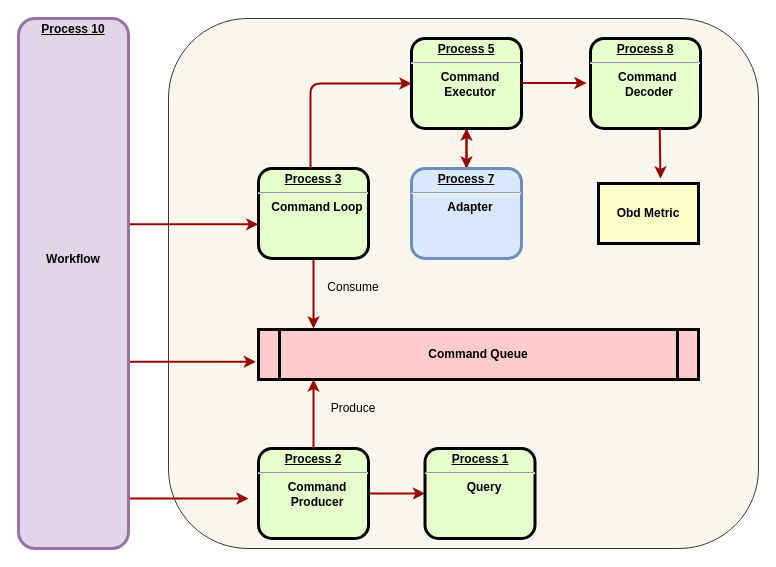
Above: src/main/resources/highlevel.drawio in tzebrowski/ObdMetrics (draw.io), before the change. Source tidied: cells renumbered, new cells numbered last; positions are measured from the earlier drawing's top-left corner, leaving out a move shared by most shapes. Both pictures are drawn from the tidied source at 100%, with x=0, y=0 at pixel (18, 18).
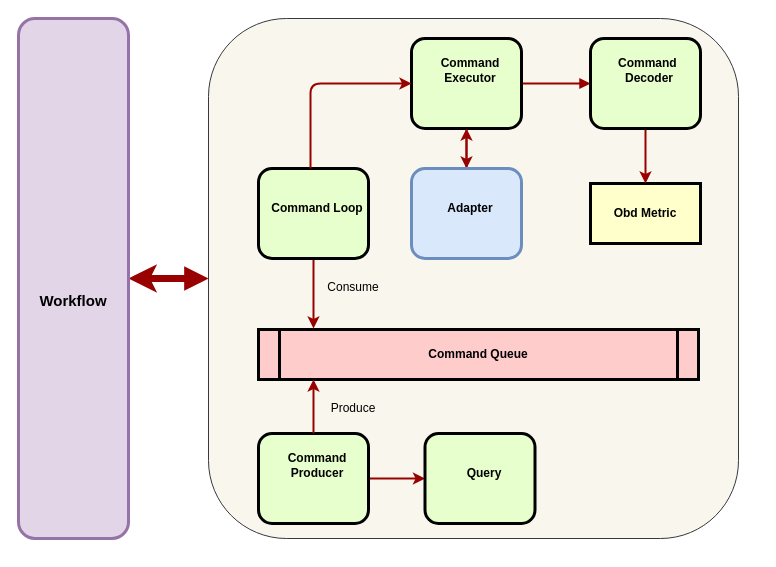
The same diagram, later.

Commit message (it also covers changes not shown here):
Update  the workflow diagram

The change refers to these unchanged cells:
```xml
<mxCell id="4" value="Command Queue" style="shape=process;whiteSpace=wrap;align=center;verticalAlign=middle;size=0.0475;fontStyle=1;strokeWidth=3;fillColor=#FFCCCC;" parent="1" vertex="1">
  <mxGeometry x="240" y="311" width="440" height="50" as="geometry" />
</mxCell>
```

The edit, as a diff of the source:
```diff
@@
     <mxCell id="2" style="rounded=1;whiteSpace=wrap;html=1;align=center;fillColor=#f9f7ed;strokeColor=#36393d;" parent="1" vertex="1">
-      <mxGeometry x="150" width="590" height="530" as="geometry" />
+      <mxGeometry x="190" width="530" height="520" as="geometry" />
     </mxCell>
     <mxCell id="3" value="Obd Metric" style="whiteSpace=wrap;align=center;verticalAlign=middle;fontStyle=1;strokeWidth=3;fillColor=#FFFFCC;" parent="1" vertex="1">
-      <mxGeometry x="580" y="165" width="100" height="60" as="geometry" />
+      <mxGeometry x="572" y="165" width="110" height="60" as="geometry" />
     </mxCell>
@@
-    <mxCell id="6" value="&lt;p style=&quot;margin: 0px ; margin-top: 4px ; text-align: center ; text-decoration: underline&quot;&gt;&lt;strong&gt;Process 3&lt;br&gt;&lt;/strong&gt;&lt;/p&gt;&lt;hr&gt;&lt;p style=&quot;margin: 0px ; margin-left: 8px&quot;&gt;Command Loop&lt;/p&gt;" style="verticalAlign=middle;align=center;overflow=fill;fontSize=12;fontFamily=Helvetica;html=1;rounded=1;fontStyle=1;strokeWidth=3;fillColor=#E6FFCC;" parent="1" vertex="1">
+    <mxCell id="6" value="&lt;p style=&quot;margin: 0px ; margin-top: 4px ; text-align: center ; text-decoration: underline&quot;&gt;&lt;/p&gt;&lt;p style=&quot;margin: 0px ; margin-left: 8px&quot;&gt;&lt;br&gt;&lt;/p&gt;&lt;p style=&quot;margin: 0px ; margin-left: 8px&quot;&gt;&lt;br&gt;&lt;/p&gt;&lt;p style=&quot;margin: 0px ; margin-left: 8px&quot;&gt;Command Loop&lt;/p&gt;" style="verticalAlign=middle;align=center;overflow=fill;fontSize=12;fontFamily=Helvetica;html=1;rounded=1;fontStyle=1;strokeWidth=3;fillColor=#E6FFCC;" parent="1" vertex="1">
       <mxGeometry x="240" y="150" width="110" height="90" as="geometry" />
     </mxCell>
@@
+    <mxCell id="25" style="edgeStyle=orthogonalEdgeStyle;rounded=1;jettySize=auto;html=1;startArrow=none;startFill=0;endArrow=block;endFill=1;strokeColor=#990000;strokeWidth=2;" parent="1" edge="1" source="8" target="14">
+      <mxGeometry relative="1" as="geometry" />
+    </mxCell>
-    <mxCell id="8" value="&lt;p style=&quot;margin: 0px ; margin-top: 4px ; text-align: center ; text-decoration: underline&quot;&gt;&lt;strong&gt;&lt;strong&gt;Process&lt;/strong&gt;&amp;nbsp;5&lt;br&gt;&lt;/strong&gt;&lt;/p&gt;&lt;hr&gt;&lt;p style=&quot;margin: 0px ; margin-left: 8px&quot;&gt;Command&lt;br&gt;Executor&lt;/p&gt;" style="verticalAlign=middle;align=center;overflow=fill;fontSize=12;fontFamily=Helvetica;html=1;rounded=1;fontStyle=1;strokeWidth=3;fillColor=#E6FFCC;" parent="1" vertex="1">
+    <mxCell id="8" value="&lt;p style=&quot;margin: 0px ; margin-top: 4px ; text-align: center ; text-decoration: underline&quot;&gt;&lt;/p&gt;&lt;p style=&quot;margin: 0px ; margin-left: 8px&quot;&gt;&lt;br&gt;&lt;/p&gt;&lt;p style=&quot;margin: 0px ; margin-left: 8px&quot;&gt;Command&lt;br&gt;Executor&lt;/p&gt;" style="verticalAlign=middle;align=center;overflow=fill;fontSize=12;fontFamily=Helvetica;html=1;rounded=1;fontStyle=1;strokeWidth=3;fillColor=#E6FFCC;" parent="1" vertex="1">
       <mxGeometry x="393" y="20" width="110" height="90" as="geometry" />
     </mxCell>
@@
-    <mxCell id="10" value="&lt;p style=&quot;margin: 0px ; margin-top: 4px ; text-align: center ; text-decoration: underline&quot;&gt;&lt;strong&gt;&lt;strong&gt;Process&lt;/strong&gt;&amp;nbsp;2&lt;br&gt;&lt;/strong&gt;&lt;/p&gt;&lt;hr&gt;&lt;p style=&quot;margin: 0px ; margin-left: 8px&quot;&gt;Command &lt;br&gt;Producer&lt;/p&gt;" style="verticalAlign=middle;align=center;overflow=fill;fontSize=12;fontFamily=Helvetica;html=1;rounded=1;fontStyle=1;strokeWidth=3;fillColor=#E6FFCC;" parent="1" vertex="1">
-      <mxGeometry x="240" y="430" width="110" height="90" as="geometry" />
+    <mxCell id="10" value="&lt;p style=&quot;margin: 0px ; margin-top: 4px ; text-align: center ; text-decoration: underline&quot;&gt;&lt;/p&gt;&lt;p style=&quot;margin: 0px ; margin-left: 8px&quot;&gt;&lt;br&gt;&lt;/p&gt;&lt;p style=&quot;margin: 0px ; margin-left: 8px&quot;&gt;Command &lt;br&gt;Producer&lt;/p&gt;" style="verticalAlign=middle;align=center;overflow=fill;fontSize=12;fontFamily=Helvetica;html=1;rounded=1;fontStyle=1;strokeWidth=3;fillColor=#E6FFCC;" parent="1" vertex="1">
+      <mxGeometry x="240" y="415" width="110" height="90" as="geometry" />
     </mxCell>
@@
+    <mxCell id="26" style="edgeStyle=orthogonalEdgeStyle;rounded=1;jettySize=auto;html=1;strokeColor=#990000;strokeWidth=2;" parent="1" edge="1" source="14" target="3">
+      <mxGeometry relative="1" as="geometry" />
+    </mxCell>
-    <mxCell id="14" value="&lt;p style=&quot;margin: 0px ; margin-top: 4px ; text-align: center ; text-decoration: underline&quot;&gt;&lt;strong&gt;&lt;strong&gt;Process&lt;/strong&gt;&amp;nbsp;8&lt;br&gt;&lt;/strong&gt;&lt;/p&gt;&lt;hr&gt;&lt;p style=&quot;margin: 0px ; margin-left: 8px&quot;&gt;Command&amp;nbsp;&lt;br&gt;Decoder&lt;/p&gt;" style="verticalAlign=middle;align=center;overflow=fill;fontSize=12;fontFamily=Helvetica;html=1;rounded=1;fontStyle=1;strokeWidth=3;fillColor=#E6FFCC;" parent="1" vertex="1">
+    <mxCell id="14" value="&lt;p style=&quot;margin: 0px ; margin-top: 4px ; text-align: center ; text-decoration: underline&quot;&gt;&lt;/p&gt;&lt;p style=&quot;margin: 0px ; margin-left: 8px&quot;&gt;&lt;br&gt;&lt;/p&gt;&lt;p style=&quot;margin: 0px ; margin-left: 8px&quot;&gt;Command&amp;nbsp;&lt;br&gt;Decoder&lt;/p&gt;" style="verticalAlign=middle;align=center;overflow=fill;fontSize=12;fontFamily=Helvetica;html=1;rounded=1;fontStyle=1;strokeWidth=3;fillColor=#E6FFCC;" parent="1" vertex="1">
       <mxGeometry x="572" y="20" width="110" height="90" as="geometry" />
     </mxCell>
-    <mxCell id="15" style="edgeStyle=none;noEdgeStyle=1;strokeColor=#990000;strokeWidth=2;exitX=0.629;exitY=1;exitDx=0;exitDy=0;exitPerimeter=0;" parent="1" edge="1" source="14">
-      <mxGeometry relative="1" as="geometry">
-        <mxPoint x="642" y="160" as="targetPoint" />
-        <Array as="points">
-          <mxPoint x="642" y="160" />
-          <mxPoint x="642" y="150" />
-        </Array>
-      </mxGeometry>
-    </mxCell>
-    <mxCell id="16" style="edgeStyle=elbowEdgeStyle;elbow=horizontal;strokeColor=#990000;strokeWidth=2;" parent="1" edge="1">
-      <mxGeometry relative="1" as="geometry">
-        <mxPoint x="503" y="64.6" as="sourcePoint" />
-        <mxPoint x="568" y="64.6" as="targetPoint" />
-        <Array as="points">
-          <mxPoint x="503" y="64.6" />
-        </Array>
-      </mxGeometry>
-    </mxCell>
@@
-    <mxCell id="18" value="&lt;p style=&quot;margin: 0px ; margin-top: 4px ; text-align: center ; text-decoration: underline&quot;&gt;&lt;strong&gt;&lt;strong&gt;Process&lt;/strong&gt;&amp;nbsp;7&lt;br&gt;&lt;/strong&gt;&lt;/p&gt;&lt;hr&gt;&lt;p style=&quot;margin: 0px ; margin-left: 8px&quot;&gt;Adapter&lt;/p&gt;" style="verticalAlign=middle;align=center;overflow=fill;fontSize=12;fontFamily=Helvetica;html=1;rounded=1;fontStyle=1;strokeWidth=3;fillColor=#dae8fc;strokeColor=#6c8ebf;" parent="1" vertex="1">
+    <mxCell id="18" value="&lt;p style=&quot;margin: 0px ; margin-top: 4px ; text-align: center ; text-decoration: underline&quot;&gt;&lt;/p&gt;&lt;p style=&quot;margin: 0px ; margin-left: 8px&quot;&gt;&lt;br&gt;&lt;/p&gt;&lt;p style=&quot;margin: 0px ; margin-left: 8px&quot;&gt;&lt;br&gt;&lt;/p&gt;&lt;p style=&quot;margin: 0px ; margin-left: 8px&quot;&gt;Adapter&lt;/p&gt;" style="verticalAlign=middle;align=center;overflow=fill;fontSize=12;fontFamily=Helvetica;html=1;rounded=1;fontStyle=1;strokeWidth=3;fillColor=#dae8fc;strokeColor=#6c8ebf;" parent="1" vertex="1">
       <mxGeometry x="393" y="150" width="110" height="90" as="geometry" />
     </mxCell>
-    <mxCell id="19" value="&lt;p style=&quot;margin: 0px ; margin-top: 4px ; text-align: center ; text-decoration: underline&quot;&gt;&lt;strong&gt;&lt;strong&gt;Process&lt;/strong&gt;&amp;nbsp;1&lt;br&gt;&lt;/strong&gt;&lt;/p&gt;&lt;hr&gt;&lt;p style=&quot;margin: 0px ; margin-left: 8px&quot;&gt;Query&lt;/p&gt;" style="verticalAlign=middle;align=center;overflow=fill;fontSize=12;fontFamily=Helvetica;html=1;rounded=1;fontStyle=1;strokeWidth=3;fillColor=#E6FFCC;" parent="1" vertex="1">
-      <mxGeometry x="406.5" y="430" width="110" height="90" as="geometry" />
+    <mxCell id="19" value="&lt;p style=&quot;margin: 0px ; margin-top: 4px ; text-align: center ; text-decoration: underline&quot;&gt;&lt;/p&gt;&lt;p style=&quot;margin: 0px ; margin-left: 8px&quot;&gt;&lt;br&gt;&lt;/p&gt;&lt;p style=&quot;margin: 0px ; margin-left: 8px&quot;&gt;&lt;br&gt;&lt;/p&gt;&lt;p style=&quot;margin: 0px ; margin-left: 8px&quot;&gt;Query&lt;/p&gt;" style="verticalAlign=middle;align=center;overflow=fill;fontSize=12;fontFamily=Helvetica;html=1;rounded=1;fontStyle=1;strokeWidth=3;fillColor=#E6FFCC;" parent="1" vertex="1">
+      <mxGeometry x="406.5" y="415" width="110" height="90" as="geometry" />
     </mxCell>
@@
-    <mxCell id="21" style="edgeStyle=orthogonalEdgeStyle;rounded=1;jettySize=auto;html=1;entryX=-0.006;entryY=0.647;entryDx=0;entryDy=0;entryPerimeter=0;strokeColor=#990000;strokeWidth=2;" parent="1" edge="1" source="24" target="4">
-      <mxGeometry relative="1" as="geometry">
-        <Array as="points">
-          <mxPoint x="70" y="343" />
-          <mxPoint x="70" y="343" />
-        </Array>
-      </mxGeometry>
-    </mxCell>
-    <mxCell id="22" style="edgeStyle=orthogonalEdgeStyle;rounded=1;jettySize=auto;html=1;strokeColor=#990000;strokeWidth=2;" parent="1" edge="1" source="24">
-      <mxGeometry relative="1" as="geometry">
-        <mxPoint x="230" y="480" as="targetPoint" />
-        <Array as="points">
-          <mxPoint x="70" y="480" />
-          <mxPoint x="70" y="480" />
-        </Array>
-      </mxGeometry>
-    </mxCell>
-    <mxCell id="23" style="edgeStyle=orthogonalEdgeStyle;rounded=1;jettySize=auto;html=1;entryX=-0.002;entryY=0.62;entryDx=0;entryDy=0;entryPerimeter=0;strokeColor=#990000;strokeWidth=2;" parent="1" edge="1" source="24" target="6">
-      <mxGeometry relative="1" as="geometry">
-        <Array as="points">
-          <mxPoint x="90" y="206" />
-          <mxPoint x="90" y="206" />
-        </Array>
-      </mxGeometry>
-    </mxCell>
+    <mxCell id="27" style="edgeStyle=orthogonalEdgeStyle;rounded=1;jettySize=auto;html=1;startArrow=classic;startFill=1;endArrow=block;endFill=1;strokeColor=#990000;strokeWidth=7;fontSize=18;" parent="1" edge="1" source="24" target="2">
+      <mxGeometry relative="1" as="geometry" />
+    </mxCell>
-    <mxCell id="24" value="&lt;p style=&quot;margin: 4px 0px 0px ; text-decoration: underline&quot;&gt;&lt;strong&gt;&lt;strong&gt;Process&lt;/strong&gt;&amp;nbsp;10&lt;br&gt;&lt;/strong&gt;&lt;/p&gt;&lt;br&gt;&lt;br&gt;&lt;br&gt;&lt;br&gt;&lt;br&gt;&lt;br&gt;&lt;br&gt;&lt;br&gt;&lt;br&gt;&lt;br&gt;&lt;br&gt;&lt;br&gt;&lt;br&gt;&lt;br&gt;&lt;br&gt;Workflow" style="verticalAlign=bottom;align=center;overflow=fill;fontSize=12;fontFamily=Helvetica;html=1;rounded=1;fontStyle=1;strokeWidth=3;labelPosition=center;verticalLabelPosition=middle;spacingTop=0;fillColor=#e1d5e7;strokeColor=#9673a6;" parent="1" vertex="1">
-      <mxGeometry width="110" height="530" as="geometry" />
+    <mxCell id="24" value="&lt;p style=&quot;margin: 4px 0px 0px; text-decoration: underline; font-size: 15px;&quot;&gt;&lt;/p&gt;&lt;br style=&quot;font-size: 15px;&quot;&gt;&lt;br style=&quot;font-size: 15px;&quot;&gt;&lt;br style=&quot;font-size: 15px;&quot;&gt;&lt;br style=&quot;font-size: 15px;&quot;&gt;&lt;br style=&quot;font-size: 15px;&quot;&gt;&lt;br style=&quot;font-size: 15px;&quot;&gt;&lt;br style=&quot;font-size: 15px;&quot;&gt;&lt;br style=&quot;font-size: 15px;&quot;&gt;&lt;br style=&quot;font-size: 15px;&quot;&gt;&lt;br style=&quot;font-size: 15px;&quot;&gt;&lt;br style=&quot;font-size: 15px;&quot;&gt;&lt;br style=&quot;font-size: 15px;&quot;&gt;&lt;br style=&quot;font-size: 15px;&quot;&gt;&lt;br style=&quot;font-size: 15px;&quot;&gt;&lt;br style=&quot;font-size: 15px;&quot;&gt;Workflow" style="verticalAlign=bottom;align=center;overflow=fill;fontSize=15;fontFamily=Helvetica;html=1;rounded=1;fontStyle=1;strokeWidth=3;labelPosition=center;verticalLabelPosition=middle;spacingTop=0;fillColor=#e1d5e7;strokeColor=#9673a6;" parent="1" vertex="1">
+      <mxGeometry width="110" height="520" as="geometry" />
     </mxCell>
```
